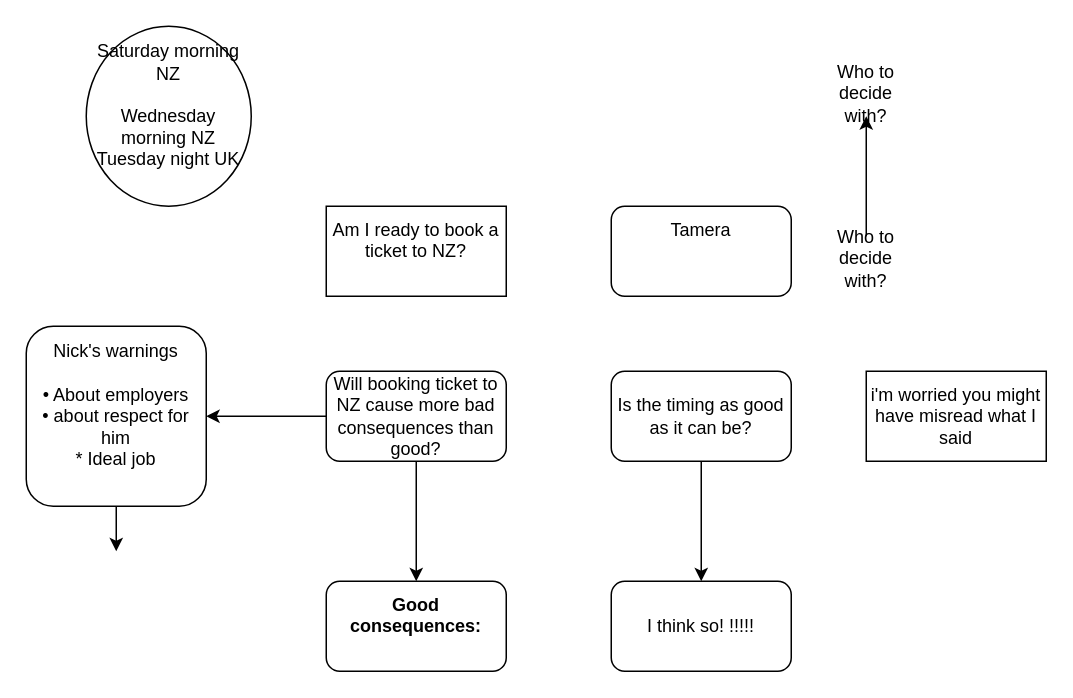
Earlier version of the draw.io diagram New Zealand thoughts.drawio (lbur092/New-Zealand-process). Source tidied: cells renumbered, new cells numbered last; positions are measured from the earlier drawing's top-left corner, leaving out a move shared by most shapes. Both pictures are drawn from the tidied source at 150%, with x=0, y=0 at pixel (26, 26).
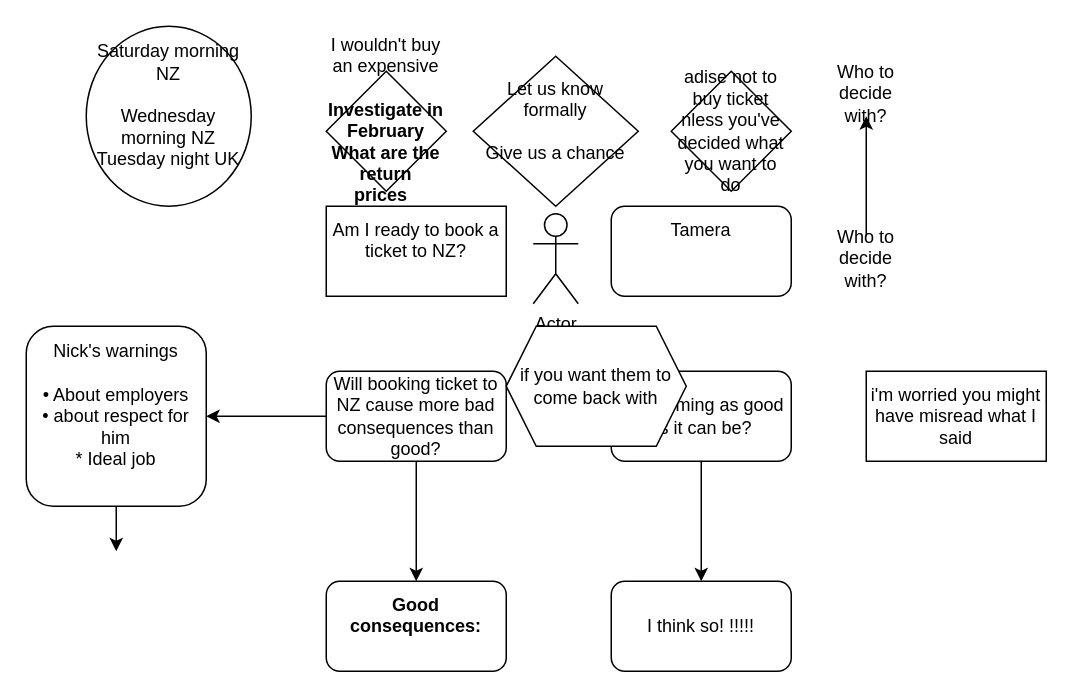
The same page after the edit.

Diff of the diagram source:
```diff
@@
+    <mxCell id="18" value="&lt;div&gt;Let us know formally &lt;br&gt;&lt;/div&gt;&lt;div&gt;&lt;br&gt;&lt;/div&gt;&lt;div&gt;Give us a chance &lt;br&gt;&lt;/div&gt;&lt;div&gt;&lt;br&gt;&lt;/div&gt;" style="rhombus;whiteSpace=wrap;html=1;" parent="1" vertex="1">
+      <mxGeometry x="298" y="20" width="110" height="100" as="geometry" />
+    </mxCell>
+    <mxCell id="19" value="Actor" style="shape=umlActor;verticalLabelPosition=bottom;verticalAlign=top;html=1;" parent="1" vertex="1">
+      <mxGeometry x="338" y="125" width="30" height="60" as="geometry" />
+    </mxCell>
+    <mxCell id="20" value="&lt;div&gt;I wouldn't buy an expensive &lt;br&gt;&lt;/div&gt;&lt;div&gt;&lt;br&gt;&lt;/div&gt;&lt;div&gt;&lt;b&gt;Investigate in February &lt;br&gt;&lt;/b&gt;&lt;/div&gt;&lt;div&gt;&lt;b&gt;What are the return prices&amp;nbsp;&amp;nbsp; &lt;br&gt;&lt;/b&gt;&lt;/div&gt;&lt;div&gt;&lt;b&gt;&lt;br&gt;&lt;/b&gt;&lt;/div&gt;" style="rhombus;whiteSpace=wrap;html=1;" parent="1" vertex="1">
+      <mxGeometry x="200" y="30" width="80" height="80" as="geometry" />
+    </mxCell>
+    <mxCell id="21" value="if you want them to come back with " style="shape=hexagon;perimeter=hexagonPerimeter2;whiteSpace=wrap;html=1;fixedSize=1;" parent="1" vertex="1">
+      <mxGeometry x="320" y="200" width="120" height="80" as="geometry" />
+    </mxCell>
+    <mxCell id="22" value="adise not to buy ticket nless you've decided what you want to do " style="rhombus;whiteSpace=wrap;html=1;" parent="1" vertex="1">
+      <mxGeometry x="430" y="30" width="80" height="80" as="geometry" />
+    </mxCell>
```
